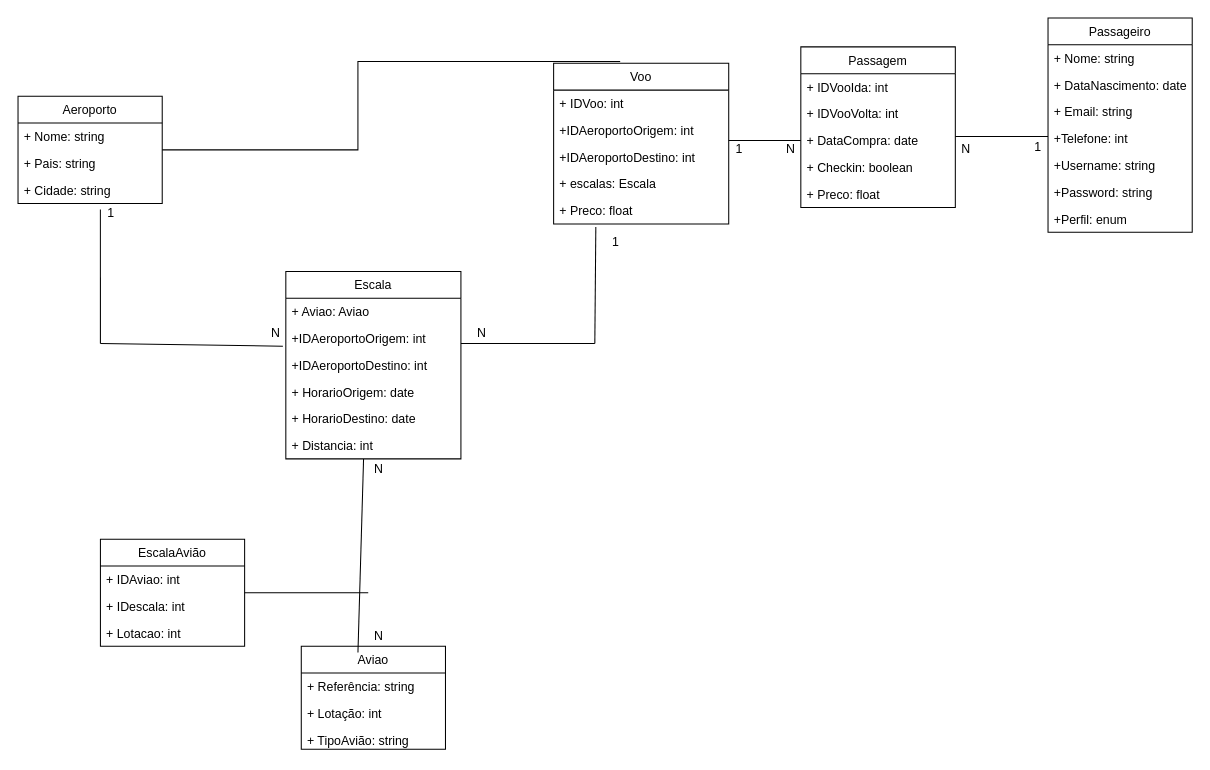
Before: doc/esboco diagrama v2.drawio in Jvendas/PSI_PWS_PL_B, a draw.io diagram. Source tidied: cells renumbered, new cells numbered last; positions are measured from the earlier drawing's top-left corner, leaving out a move shared by most shapes. Both pictures are drawn from the tidied source at 103%, with x=0, y=0 at pixel (18, 18).
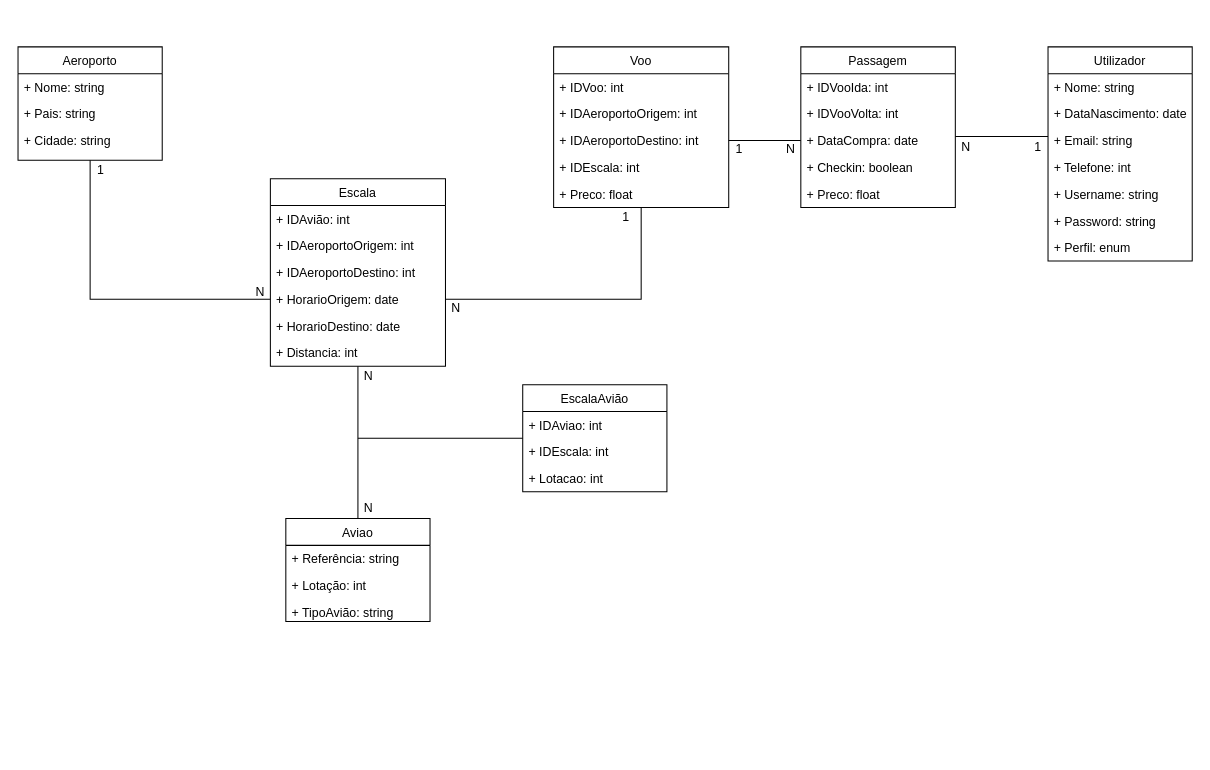
The same page after the edit.

Commit message:
Diagrama de Classes

Em principio está, mas qqq coisa altero uma mariquice ou outra

The change refers to these unchanged cells:
```xml
<mxCell id="11" value="+ Preco: float" style="text;strokeColor=none;fillColor=none;align=left;verticalAlign=top;spacingLeft=4;spacingRight=4;overflow=hidden;points=[[0,0.5],[1,0.5]];portConstraint=eastwest;" parent="6" vertex="1">
  <mxGeometry y="130" width="170" height="26" as="geometry" />
</mxCell>
<mxCell id="30" value="+ HorarioOrigem: date" style="text;strokeColor=none;fillColor=none;align=left;verticalAlign=top;spacingLeft=4;spacingRight=4;overflow=hidden;points=[[0,0.5],[1,0.5]];portConstraint=eastwest;" parent="26" vertex="1">
  <mxGeometry y="104" width="170" height="26" as="geometry" />
</mxCell>
<mxCell id="32" value="+ Distancia: int" style="text;strokeColor=none;fillColor=none;align=left;verticalAlign=top;spacingLeft=4;spacingRight=4;overflow=hidden;points=[[0,0.5],[1,0.5]];portConstraint=eastwest;" parent="26" vertex="1">
  <mxGeometry y="156" width="170" height="26" as="geometry" />
</mxCell>
```

The edit, as a diff of the source:
```diff
@@
+    <mxCell id="60" style="edgeStyle=orthogonalEdgeStyle;rounded=0;jettySize=auto;html=1;endArrow=none;endFill=0;" parent="1" edge="1" source="2" target="26">
+      <mxGeometry relative="1" as="geometry" />
+    </mxCell>
     <mxCell id="2" value="Aviao" style="swimlane;fontStyle=0;horizontal=1;startSize=26;fillColor=none;" parent="1" vertex="1">
-      <mxGeometry x="275" y="610" width="140" height="100" as="geometry" />
+      <mxGeometry x="260" y="486" width="140" height="100" as="geometry" />
     </mxCell>
@@
+    <mxCell id="61" style="edgeStyle=orthogonalEdgeStyle;rounded=0;jettySize=auto;html=1;endArrow=none;endFill=0;" parent="1" edge="1" source="6" target="30">
+      <mxGeometry relative="1" as="geometry" />
+    </mxCell>
     <mxCell id="6" value="Voo" style="swimlane;fontStyle=0;horizontal=1;startSize=26;fillColor=none;" parent="1" vertex="1">
-      <mxGeometry x="520" y="44" width="170" height="156" as="geometry" />
+      <mxGeometry x="520" y="28" width="170" height="156" as="geometry" />
     </mxCell>
@@
-    <mxCell id="8" value="+IDAeroportoOrigem: int" style="text;strokeColor=none;fillColor=none;align=left;verticalAlign=top;spacingLeft=4;spacingRight=4;overflow=hidden;" parent="6" vertex="1">
+    <mxCell id="8" value="+ IDAeroportoOrigem: int" style="text;strokeColor=none;fillColor=none;align=left;verticalAlign=top;spacingLeft=4;spacingRight=4;overflow=hidden;" parent="6" vertex="1">
       <mxGeometry y="52" width="170" height="26" as="geometry" />
     </mxCell>
-    <mxCell id="9" value="+IDAeroportoDestino: int" style="text;strokeColor=none;fillColor=none;align=left;verticalAlign=top;spacingLeft=4;spacingRight=4;overflow=hidden;" parent="6" vertex="1">
+    <mxCell id="9" value="+ IDAeroportoDestino: int" style="text;strokeColor=none;fillColor=none;align=left;verticalAlign=top;spacingLeft=4;spacingRight=4;overflow=hidden;" parent="6" vertex="1">
       <mxGeometry y="78" width="170" height="26" as="geometry" />
     </mxCell>
-    <mxCell id="10" value="+ escalas: Escala" style="text;strokeColor=none;fillColor=none;align=left;verticalAlign=top;spacingLeft=4;spacingRight=4;overflow=hidden;" parent="6" vertex="1">
+    <mxCell id="10" value="+ IDEscala: int" style="text;strokeColor=none;fillColor=none;align=left;verticalAlign=top;spacingLeft=4;spacingRight=4;overflow=hidden;" parent="6" vertex="1">
       <mxGeometry y="104" width="170" height="26" as="geometry" />
     </mxCell>
@@
-    <mxCell id="18" value="Passageiro" style="swimlane;fontStyle=0;horizontal=1;startSize=26;fillColor=none;" parent="1" vertex="1">
-      <mxGeometry x="1000" width="140" height="208" as="geometry" />
+    <mxCell id="18" value="Utilizador" style="swimlane;fontStyle=0;horizontal=1;startSize=26;fillColor=none;" parent="1" vertex="1">
+      <mxGeometry x="1000" y="28" width="140" height="208" as="geometry" />
     </mxCell>
@@
-    <mxCell id="22" value="+Telefone: int" style="text;strokeColor=none;fillColor=none;align=left;verticalAlign=top;spacingLeft=4;spacingRight=4;overflow=hidden;" parent="18" vertex="1">
+    <mxCell id="22" value="+ Telefone: int" style="text;strokeColor=none;fillColor=none;align=left;verticalAlign=top;spacingLeft=4;spacingRight=4;overflow=hidden;" parent="18" vertex="1">
       <mxGeometry y="104" width="140" height="26" as="geometry" />
     </mxCell>
-    <mxCell id="23" value="+Username: string" style="text;strokeColor=none;fillColor=none;align=left;verticalAlign=top;spacingLeft=4;spacingRight=4;overflow=hidden;" parent="18" vertex="1">
+    <mxCell id="23" value="+ Username: string" style="text;strokeColor=none;fillColor=none;align=left;verticalAlign=top;spacingLeft=4;spacingRight=4;overflow=hidden;" parent="18" vertex="1">
       <mxGeometry y="130" width="140" height="26" as="geometry" />
     </mxCell>
-    <mxCell id="24" value="+Password: string" style="text;strokeColor=none;fillColor=none;align=left;verticalAlign=top;spacingLeft=4;spacingRight=4;overflow=hidden;" parent="18" vertex="1">
+    <mxCell id="24" value="+ Password: string" style="text;strokeColor=none;fillColor=none;align=left;verticalAlign=top;spacingLeft=4;spacingRight=4;overflow=hidden;" parent="18" vertex="1">
       <mxGeometry y="156" width="140" height="26" as="geometry" />
     </mxCell>
-    <mxCell id="25" value="+Perfil: enum" style="text;strokeColor=none;fillColor=none;align=left;verticalAlign=top;spacingLeft=4;spacingRight=4;overflow=hidden;" parent="18" vertex="1">
+    <mxCell id="25" value="+ Perfil: enum" style="text;strokeColor=none;fillColor=none;align=left;verticalAlign=top;spacingLeft=4;spacingRight=4;overflow=hidden;" parent="18" vertex="1">
       <mxGeometry y="182" width="140" height="26" as="geometry" />
     </mxCell>
     <mxCell id="26" value="Escala" style="swimlane;fontStyle=0;horizontal=1;startSize=26;fillColor=none;" parent="1" vertex="1">
-      <mxGeometry x="260" y="246" width="170" height="182" as="geometry" />
+      <mxGeometry x="245" y="156" width="170" height="182" as="geometry" />
     </mxCell>
-    <mxCell id="27" value="+ Aviao: Aviao" style="text;strokeColor=none;fillColor=none;align=left;verticalAlign=top;spacingLeft=4;spacingRight=4;overflow=hidden;" parent="26" vertex="1">
+    <mxCell id="27" value="+ IDAvião: int" style="text;strokeColor=none;fillColor=none;align=left;verticalAlign=top;spacingLeft=4;spacingRight=4;overflow=hidden;" parent="26" vertex="1">
       <mxGeometry y="26" width="170" height="26" as="geometry" />
     </mxCell>
-    <mxCell id="28" value="+IDAeroportoOrigem: int" style="text;strokeColor=none;fillColor=none;align=left;verticalAlign=top;spacingLeft=4;spacingRight=4;overflow=hidden;" parent="26" vertex="1">
+    <mxCell id="28" value="+ IDAeroportoOrigem: int" style="text;strokeColor=none;fillColor=none;align=left;verticalAlign=top;spacingLeft=4;spacingRight=4;overflow=hidden;" parent="26" vertex="1">
       <mxGeometry y="52" width="170" height="26" as="geometry" />
     </mxCell>
-    <mxCell id="29" value="+IDAeroportoDestino: int" style="text;strokeColor=none;fillColor=none;align=left;verticalAlign=top;spacingLeft=4;spacingRight=4;overflow=hidden;" parent="26" vertex="1">
+    <mxCell id="29" value="+ IDAeroportoDestino: int" style="text;strokeColor=none;fillColor=none;align=left;verticalAlign=top;spacingLeft=4;spacingRight=4;overflow=hidden;" parent="26" vertex="1">
       <mxGeometry y="78" width="170" height="26" as="geometry" />
     </mxCell>
@@
-    <mxCell id="33" style="edgeStyle=orthogonalEdgeStyle;rounded=0;jettySize=auto;html=1;entryX=0.38;entryY=-0.011;entryDx=0;entryDy=0;entryPerimeter=0;endArrow=none;endFill=0;" parent="1" edge="1" source="34" target="6">
-      <mxGeometry relative="1" as="geometry" />
-    </mxCell>
+    <mxCell id="62" style="edgeStyle=orthogonalEdgeStyle;rounded=0;jettySize=auto;html=1;entryX=0;entryY=0.5;entryDx=0;entryDy=0;endArrow=none;endFill=0;" parent="1" edge="1" source="34" target="30">
+      <mxGeometry relative="1" as="geometry" />
+    </mxCell>
     <mxCell id="34" value="Aeroporto" style="swimlane;fontStyle=0;horizontal=1;startSize=26;fillColor=none;" parent="1" vertex="1">
-      <mxGeometry y="76" width="140" height="104" as="geometry" />
+      <mxGeometry y="28" width="140" height="110" as="geometry" />
     </mxCell>
@@
     <mxCell id="37" value="+ Cidade: string" style="text;strokeColor=none;fillColor=none;align=left;verticalAlign=top;spacingLeft=4;spacingRight=4;overflow=hidden;points=[[0,0.5],[1,0.5]];portConstraint=eastwest;" parent="34" vertex="1">
-      <mxGeometry y="78" width="140" height="26" as="geometry" />
+      <mxGeometry y="78" width="140" height="32" as="geometry" />
     </mxCell>
     <mxCell id="38" value="N" style="text;html=1;align=center;verticalAlign=middle;strokeColor=none;" parent="1" vertex="1">
-      <mxGeometry x="910" y="118" width="20" height="20" as="geometry" />
+      <mxGeometry x="910" y="116" width="20" height="20" as="geometry" />
     </mxCell>
@@
-    <mxCell id="40" style="endArrow=none;html=1;exitX=0.444;exitY=1.006;exitDx=0;exitDy=0;exitPerimeter=0;entryX=0.393;entryY=0.06;entryDx=0;entryDy=0;entryPerimeter=0;" parent="1" edge="1" source="32" target="2">
-      <mxGeometry relative="1" as="geometry" />
-    </mxCell>
     <mxCell id="41" value="N" style="text;html=1;align=center;verticalAlign=middle;strokeColor=none;" parent="1" vertex="1">
-      <mxGeometry x="340" y="590" width="20" height="20" as="geometry" />
+      <mxGeometry x="330" y="466" width="20" height="20" as="geometry" />
     </mxCell>
     <mxCell id="42" value="N" style="text;html=1;align=center;verticalAlign=middle;strokeColor=none;" parent="1" vertex="1">
-      <mxGeometry x="340" y="428" width="20" height="20" as="geometry" />
+      <mxGeometry x="330" y="338" width="20" height="20" as="geometry" />
     </mxCell>
-    <mxCell id="43" style="endArrow=none;html=1;" parent="1" edge="1">
-      <mxGeometry relative="1" as="geometry">
-        <mxPoint x="430" y="316" as="sourcePoint" />
-        <mxPoint x="560" y="316" as="targetPoint" />
-      </mxGeometry>
-    </mxCell>
-    <mxCell id="44" style="endArrow=none;html=1;entryX=0.241;entryY=1.115;entryDx=0;entryDy=0;entryPerimeter=0;" parent="1" edge="1" target="11">
-      <mxGeometry relative="1" as="geometry">
-        <mxPoint x="560" y="316" as="sourcePoint" />
-      </mxGeometry>
-    </mxCell>
     <mxCell id="45" value="1" style="text;html=1;align=center;verticalAlign=middle;strokeColor=none;" parent="1" vertex="1">
-      <mxGeometry x="570" y="208" width="20" height="20" as="geometry" />
+      <mxGeometry x="580" y="184" width="20" height="20" as="geometry" />
     </mxCell>
     <mxCell id="46" value="N" style="text;html=1;align=center;verticalAlign=middle;strokeColor=none;" parent="1" vertex="1">
-      <mxGeometry x="440" y="296" width="20" height="20" as="geometry" />
+      <mxGeometry x="415" y="272" width="20" height="20" as="geometry" />
     </mxCell>
-    <mxCell id="47" style="endArrow=none;html=1;entryX=0.571;entryY=1.231;entryDx=0;entryDy=0;entryPerimeter=0;" parent="1" edge="1" target="37">
-      <mxGeometry relative="1" as="geometry">
-        <mxPoint x="80" y="316" as="sourcePoint" />
-      </mxGeometry>
-    </mxCell>
-    <mxCell id="48" style="endArrow=none;html=1;entryX=0.858;entryY=1.133;entryDx=0;entryDy=0;entryPerimeter=0;" parent="1" edge="1" target="50">
-      <mxGeometry relative="1" as="geometry">
-        <mxPoint x="80" y="316" as="sourcePoint" />
-      </mxGeometry>
-    </mxCell>
     <mxCell id="49" value="1" style="text;html=1;align=center;verticalAlign=middle;strokeColor=none;" parent="1" vertex="1">
-      <mxGeometry x="80" y="180" width="20" height="20" as="geometry" />
+      <mxGeometry x="70" y="138" width="20" height="20" as="geometry" />
     </mxCell>
     <mxCell id="50" value="N" style="text;html=1;align=center;verticalAlign=middle;points=[];strokeColor=none;" parent="1" vertex="1">
-      <mxGeometry x="240" y="296" width="20" height="20" as="geometry" />
+      <mxGeometry x="225" y="256" width="20" height="20" as="geometry" />
     </mxCell>
@@
-    <mxCell id="55" style="edgeStyle=orthogonalEdgeStyle;rounded=0;jettySize=auto;html=1;endArrow=none;endFill=0;" parent="1" edge="1" source="56">
-      <mxGeometry relative="1" as="geometry">
-        <mxPoint x="340" y="558" as="targetPoint" />
-      </mxGeometry>
-    </mxCell>
+    <mxCell id="63" style="edgeStyle=orthogonalEdgeStyle;rounded=0;jettySize=auto;html=1;endArrow=none;endFill=0;" parent="1" edge="1" source="56">
+      <mxGeometry relative="1" as="geometry">
+        <mxPoint x="330" y="408" as="targetPoint" />
+      </mxGeometry>
+    </mxCell>
     <mxCell id="56" value="EscalaAvião" style="swimlane;fontStyle=0;horizontal=1;startSize=26;fillColor=none;" parent="1" vertex="1">
-      <mxGeometry x="80" y="506" width="140" height="104" as="geometry" />
+      <mxGeometry x="490" y="356" width="140" height="104" as="geometry" />
     </mxCell>
@@
-    <mxCell id="58" value="+ IDescala: int" style="text;strokeColor=none;fillColor=none;align=left;verticalAlign=top;spacingLeft=4;spacingRight=4;overflow=hidden;" parent="56" vertex="1">
+    <mxCell id="58" value="+ IDEscala: int" style="text;strokeColor=none;fillColor=none;align=left;verticalAlign=top;spacingLeft=4;spacingRight=4;overflow=hidden;" parent="56" vertex="1">
       <mxGeometry y="52" width="140" height="26" as="geometry" />
     </mxCell>
```
